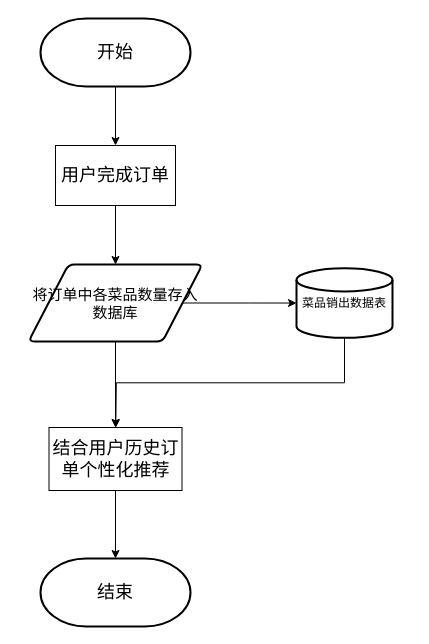
Earlier version of the draw.io diagram 菜品推荐模块流程图.drawio (FanDoggie/github-slideshow). Source tidied: cells renumbered, new cells numbered last; positions are measured from the earlier drawing's top-left corner, leaving out a move shared by most shapes. Both pictures are drawn from the tidied source at 100%, with x=0, y=0 at pixel (28, 18).
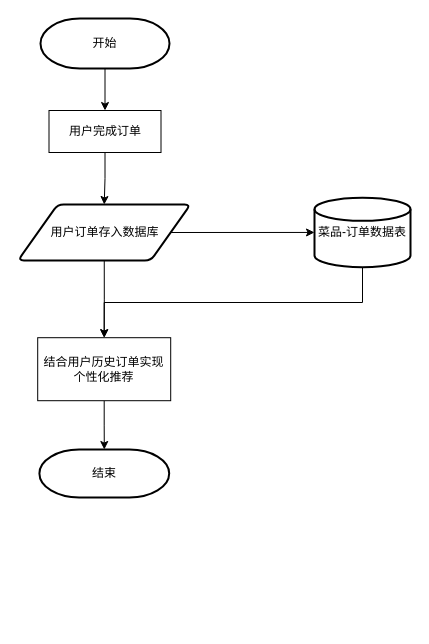
After the change.

Commit message:
更新菜品推荐模块流程图.drawio

The edit, as a diff of the source:
```diff
@@
 <mxGraphModel>
   <root>
     <mxCell id="0" />
     <mxCell id="1" parent="0" />
     <mxCell id="2" style="edgeStyle=orthogonalEdgeStyle;rounded=0;jettySize=auto;html=1;exitX=0.5;exitY=1;exitDx=0;exitDy=0;exitPerimeter=0;" parent="1" edge="1" source="3" target="5">
       <mxGeometry relative="1" as="geometry" />
     </mxCell>
-    <mxCell id="3" value="开始" style="strokeWidth=2;html=1;shape=mxgraph.flowchart.terminator;whiteSpace=wrap;fontSize=18;" parent="1" vertex="1">
-      <mxGeometry x="12" width="150" height="68" as="geometry" />
+    <mxCell id="3" value="开始" style="strokeWidth=2;html=1;shape=mxgraph.flowchart.terminator;whiteSpace=wrap;fontSize=12;" parent="1" vertex="1">
+      <mxGeometry x="12" width="129" height="50" as="geometry" />
     </mxCell>
     <mxCell id="4" style="edgeStyle=orthogonalEdgeStyle;rounded=0;jettySize=auto;html=1;exitX=0.5;exitY=1;exitDx=0;exitDy=0;entryX=0.5;entryY=0;entryDx=0;entryDy=0;" parent="1" edge="1" source="5" target="8">
       <mxGeometry relative="1" as="geometry" />
     </mxCell>
-    <mxCell id="5" value="用户完成订单" style="rounded=0;whiteSpace=wrap;html=1;fontSize=18;" parent="1" vertex="1">
-      <mxGeometry x="27" y="127" width="120" height="60" as="geometry" />
+    <mxCell id="5" value="用户完成订单" style="rounded=0;whiteSpace=wrap;html=1;fontSize=12;" parent="1" vertex="1">
+      <mxGeometry x="20.5" y="92" width="112" height="42" as="geometry" />
     </mxCell>
     <mxCell id="6" style="edgeStyle=orthogonalEdgeStyle;rounded=0;jettySize=auto;html=1;exitX=1;exitY=0.5;exitDx=0;exitDy=0;entryX=0;entryY=0.5;entryDx=0;entryDy=0;entryPerimeter=0;" parent="1" edge="1" source="8" target="10">
       <mxGeometry relative="1" as="geometry" />
     </mxCell>
     <mxCell id="7" style="edgeStyle=orthogonalEdgeStyle;rounded=0;jettySize=auto;html=1;exitX=0.5;exitY=1;exitDx=0;exitDy=0;entryX=0.5;entryY=0;entryDx=0;entryDy=0;" parent="1" edge="1" source="8" target="12">
       <mxGeometry relative="1" as="geometry" />
     </mxCell>
-    <mxCell id="8" value="将订单中各菜品数量存入数据库" style="shape=parallelogram;html=1;strokeWidth=2;perimeter=parallelogramPerimeter;whiteSpace=wrap;rounded=1;arcSize=12;size=0.23;fontSize=15;" parent="1" vertex="1">
-      <mxGeometry y="246" width="174" height="77" as="geometry" />
+    <mxCell id="8" value="用户订单存入数据库" style="shape=parallelogram;html=1;strokeWidth=2;perimeter=parallelogramPerimeter;whiteSpace=wrap;rounded=1;arcSize=12;size=0.23;fontSize=12;" parent="1" vertex="1">
+      <mxGeometry x="-10.5" y="186" width="172.5" height="56" as="geometry" />
     </mxCell>
-    <mxCell id="9" style="edgeStyle=orthogonalEdgeStyle;rounded=0;jettySize=auto;html=1;exitX=0.5;exitY=1;exitDx=0;exitDy=0;exitPerimeter=0;" parent="1" edge="1" source="10">
-      <mxGeometry relative="1" as="geometry">
-        <mxPoint x="87.3" y="409.2" as="targetPoint" />
-      </mxGeometry>
-    </mxCell>
+    <mxCell id="14" style="edgeStyle=orthogonalEdgeStyle;rounded=0;jettySize=auto;html=1;exitX=0.5;exitY=1;exitDx=0;exitDy=0;exitPerimeter=0;entryX=0.5;entryY=0;entryDx=0;entryDy=0;" parent="1" edge="1" source="10" target="12">
+      <mxGeometry relative="1" as="geometry" />
+    </mxCell>
-    <mxCell id="10" value="菜品销出数据表" style="strokeWidth=2;html=1;shape=mxgraph.flowchart.database;whiteSpace=wrap;" parent="1" vertex="1">
-      <mxGeometry x="268" y="249.8" width="96" height="69.5" as="geometry" />
+    <mxCell id="10" value="菜品-订单数据表" style="strokeWidth=2;html=1;shape=mxgraph.flowchart.database;whiteSpace=wrap;" parent="1" vertex="1">
+      <mxGeometry x="286" y="179.2" width="96" height="69.5" as="geometry" />
     </mxCell>
-    <mxCell id="11" style="edgeStyle=orthogonalEdgeStyle;rounded=0;jettySize=auto;html=1;exitX=0.5;exitY=1;exitDx=0;exitDy=0;entryX=0.5;entryY=0;entryDx=0;entryDy=0;entryPerimeter=0;" parent="1" edge="1" source="12" target="13">
+    <mxCell id="11" style="edgeStyle=orthogonalEdgeStyle;rounded=0;jettySize=auto;html=1;exitX=0.5;exitY=1;exitDx=0;exitDy=0;" parent="1" edge="1" source="12" target="13">
       <mxGeometry relative="1" as="geometry" />
     </mxCell>
-    <mxCell id="12" value="结合用户历史订单个性化推荐" style="rounded=0;whiteSpace=wrap;html=1;fontSize=18;" parent="1" vertex="1">
-      <mxGeometry x="20.5" y="409" width="133" height="63" as="geometry" />
+    <mxCell id="12" value="结合用户历史订单实现个性化推荐" style="rounded=0;whiteSpace=wrap;html=1;fontSize=12;" parent="1" vertex="1">
+      <mxGeometry x="9.2" y="319.2" width="133" height="63" as="geometry" />
     </mxCell>
-    <mxCell id="13" value="结束" style="strokeWidth=2;html=1;shape=mxgraph.flowchart.terminator;whiteSpace=wrap;fontSize=18;" parent="1" vertex="1">
-      <mxGeometry x="12" y="540" width="150" height="68" as="geometry" />
+    <mxCell id="13" value="结束" style="strokeWidth=2;html=1;shape=mxgraph.flowchart.terminator;whiteSpace=wrap;fontSize=12;" parent="1" vertex="1">
+      <mxGeometry x="10.9" y="431" width="129.8" height="48" as="geometry" />
     </mxCell>
   </root>
 </mxGraphModel>
```
